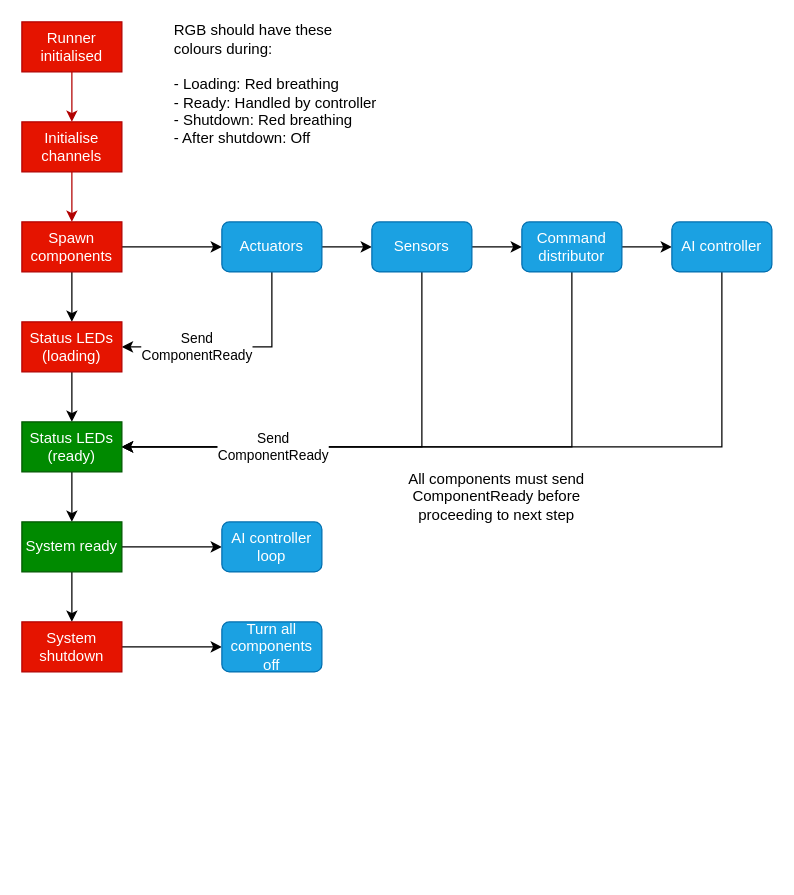
Earlier version of the draw.io diagram page "Runner Loop" (3 of 3) of docs/diagrams/Pi Bot.drawio (javidahmed64592/pi-bot). Source tidied: cells renumbered, new cells numbered last; positions are measured from the earlier drawing's top-left corner, leaving out a move shared by most shapes. Both pictures are drawn from the tidied source at 125%, with x=0, y=0 at pixel (21, 21).
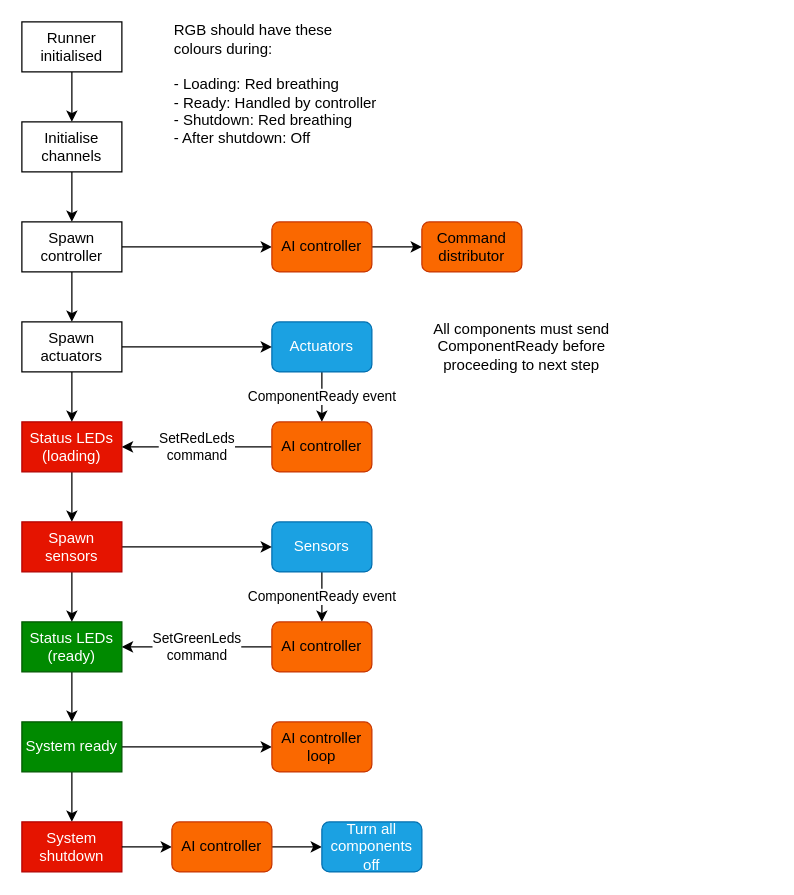
The same diagram, later.

Commit message (it also covers changes not shown here):
Enhance documentation and diagrams for Pi Bot's state model

Change to the diagram source:
```diff
@@
-    <mxCell id="2" style="edgeStyle=orthogonalEdgeStyle;rounded=0;jettySize=auto;html=1;entryX=0.5;entryY=0;entryDx=0;entryDy=0;fillColor=#e51400;strokeColor=#B20000;" parent="1" edge="1" source="3" target="5">
+    <mxCell id="2" style="edgeStyle=orthogonalEdgeStyle;rounded=0;jettySize=auto;html=1;entryX=0.5;entryY=0;entryDx=0;entryDy=0;" parent="1" edge="1" source="3" target="5">
       <mxGeometry relative="1" as="geometry" />
     </mxCell>
-    <mxCell id="3" value="Runner initialised" style="rounded=0;whiteSpace=wrap;html=1;fillColor=#e51400;fontColor=#ffffff;strokeColor=#B20000;" parent="1" vertex="1">
+    <mxCell id="3" value="Runner initialised" style="rounded=0;whiteSpace=wrap;html=1;" parent="1" vertex="1">
       <mxGeometry width="80" height="40" as="geometry" />
     </mxCell>
-    <mxCell id="4" style="edgeStyle=orthogonalEdgeStyle;rounded=0;jettySize=auto;html=1;entryX=0.5;entryY=0;entryDx=0;entryDy=0;fillColor=#e51400;strokeColor=#B20000;" parent="1" edge="1" source="5" target="8">
+    <mxCell id="4" style="edgeStyle=orthogonalEdgeStyle;rounded=0;jettySize=auto;html=1;entryX=0.5;entryY=0;entryDx=0;entryDy=0;" parent="1" edge="1" source="5" target="8">
       <mxGeometry relative="1" as="geometry" />
     </mxCell>
-    <mxCell id="5" value="Initialise channels" style="rounded=0;whiteSpace=wrap;html=1;fillColor=#e51400;fontColor=#ffffff;strokeColor=#B20000;" parent="1" vertex="1">
+    <mxCell id="5" value="Initialise channels" style="rounded=0;whiteSpace=wrap;html=1;" parent="1" vertex="1">
       <mxGeometry y="80" width="80" height="40" as="geometry" />
     </mxCell>
-    <mxCell id="6" style="edgeStyle=orthogonalEdgeStyle;rounded=0;jettySize=auto;html=1;entryX=0.5;entryY=0;entryDx=0;entryDy=0;" parent="1" edge="1" source="8" target="21">
-      <mxGeometry relative="1" as="geometry" />
-    </mxCell>
-    <mxCell id="7" style="edgeStyle=orthogonalEdgeStyle;rounded=0;jettySize=auto;html=1;entryX=0;entryY=0.5;entryDx=0;entryDy=0;" parent="1" edge="1" source="8" target="11">
-      <mxGeometry relative="1" as="geometry" />
-    </mxCell>
+    <mxCell id="33" style="edgeStyle=orthogonalEdgeStyle;rounded=0;jettySize=auto;html=1;exitX=1;exitY=0.5;exitDx=0;exitDy=0;entryX=0;entryY=0.5;entryDx=0;entryDy=0;" parent="1" edge="1" source="8" target="19">
+      <mxGeometry relative="1" as="geometry" />
+    </mxCell>
+    <mxCell id="34" style="edgeStyle=orthogonalEdgeStyle;rounded=0;jettySize=auto;html=1;entryX=0.5;entryY=0;entryDx=0;entryDy=0;" parent="1" edge="1" source="8" target="41">
+      <mxGeometry relative="1" as="geometry" />
+    </mxCell>
-    <mxCell id="8" value="Spawn components" style="rounded=0;whiteSpace=wrap;html=1;fillColor=#e51400;fontColor=#ffffff;strokeColor=#B20000;" parent="1" vertex="1">
+    <mxCell id="8" value="Spawn controller" style="rounded=0;whiteSpace=wrap;html=1;" parent="1" vertex="1">
       <mxGeometry y="160" width="80" height="40" as="geometry" />
     </mxCell>
-    <mxCell id="9" value="Send&lt;div&gt;ComponentReady&lt;/div&gt;" style="edgeStyle=orthogonalEdgeStyle;rounded=0;jettySize=auto;html=1;entryX=1;entryY=0.5;entryDx=0;entryDy=0;exitX=0.5;exitY=1;exitDx=0;exitDy=0;" parent="1" edge="1" source="11" target="21">
-      <mxGeometry x="0.33" relative="1" as="geometry" />
-    </mxCell>
-    <mxCell id="10" style="edgeStyle=orthogonalEdgeStyle;rounded=0;jettySize=auto;html=1;exitX=1;exitY=0.5;exitDx=0;exitDy=0;entryX=0;entryY=0.5;entryDx=0;entryDy=0;" parent="1" edge="1" source="11" target="14">
-      <mxGeometry relative="1" as="geometry" />
-    </mxCell>
+    <mxCell id="35" value="ComponentReady event" style="edgeStyle=orthogonalEdgeStyle;rounded=0;jettySize=auto;html=1;entryX=0.5;entryY=0;entryDx=0;entryDy=0;" parent="1" edge="1" source="11" target="43">
+      <mxGeometry relative="1" as="geometry" />
+    </mxCell>
     <mxCell id="11" value="Actuators" style="rounded=1;whiteSpace=wrap;html=1;fillColor=#1ba1e2;fontColor=#ffffff;strokeColor=#006EAF;" parent="1" vertex="1">
-      <mxGeometry x="160" y="160" width="80" height="40" as="geometry" />
+      <mxGeometry x="200" y="240" width="80" height="40" as="geometry" />
     </mxCell>
-    <mxCell id="12" style="edgeStyle=orthogonalEdgeStyle;rounded=0;jettySize=auto;html=1;exitX=0.5;exitY=1;exitDx=0;exitDy=0;entryX=1;entryY=0.5;entryDx=0;entryDy=0;" parent="1" edge="1" source="14" target="23">
-      <mxGeometry relative="1" as="geometry" />
-    </mxCell>
-    <mxCell id="13" style="edgeStyle=orthogonalEdgeStyle;rounded=0;jettySize=auto;html=1;exitX=1;exitY=0.5;exitDx=0;exitDy=0;entryX=0;entryY=0.5;entryDx=0;entryDy=0;" parent="1" edge="1" source="14" target="17">
-      <mxGeometry relative="1" as="geometry" />
-    </mxCell>
+    <mxCell id="36" value="ComponentReady event" style="edgeStyle=orthogonalEdgeStyle;rounded=0;jettySize=auto;html=1;entryX=0.5;entryY=0;entryDx=0;entryDy=0;" parent="1" edge="1" source="14" target="48">
+      <mxGeometry relative="1" as="geometry" />
+    </mxCell>
     <mxCell id="14" value="Sensors" style="rounded=1;whiteSpace=wrap;html=1;fillColor=#1ba1e2;fontColor=#ffffff;strokeColor=#006EAF;" parent="1" vertex="1">
-      <mxGeometry x="280" y="160" width="80" height="40" as="geometry" />
+      <mxGeometry x="200" y="400" width="80" height="40" as="geometry" />
     </mxCell>
-    <mxCell id="15" style="edgeStyle=orthogonalEdgeStyle;rounded=0;jettySize=auto;html=1;exitX=0.5;exitY=1;exitDx=0;exitDy=0;entryX=1;entryY=0.5;entryDx=0;entryDy=0;" parent="1" edge="1" source="17" target="23">
-      <mxGeometry relative="1" as="geometry" />
-    </mxCell>
-    <mxCell id="16" style="edgeStyle=orthogonalEdgeStyle;rounded=0;jettySize=auto;html=1;exitX=1;exitY=0.5;exitDx=0;exitDy=0;entryX=0;entryY=0.5;entryDx=0;entryDy=0;" parent="1" edge="1" source="17" target="19">
-      <mxGeometry relative="1" as="geometry" />
-    </mxCell>
-    <mxCell id="17" value="Command distributor" style="rounded=1;whiteSpace=wrap;html=1;fillColor=#1ba1e2;fontColor=#ffffff;strokeColor=#006EAF;" parent="1" vertex="1">
-      <mxGeometry x="400" y="160" width="80" height="40" as="geometry" />
-    </mxCell>
-    <mxCell id="18" value="Send&lt;div&gt;ComponentReady&lt;/div&gt;" style="edgeStyle=orthogonalEdgeStyle;rounded=0;jettySize=auto;html=1;exitX=0.5;exitY=1;exitDx=0;exitDy=0;" parent="1" edge="1" source="19">
-      <mxGeometry x="0.61" relative="1" as="geometry">
-        <mxPoint x="80" y="340" as="targetPoint" />
-        <Array as="points">
-          <mxPoint x="560" y="340" />
-        </Array>
-      </mxGeometry>
-    </mxCell>
+    <mxCell id="37" style="edgeStyle=orthogonalEdgeStyle;rounded=0;jettySize=auto;html=1;exitX=1;exitY=0.5;exitDx=0;exitDy=0;entryX=0;entryY=0.5;entryDx=0;entryDy=0;" parent="1" edge="1" source="19" target="17">
+      <mxGeometry relative="1" as="geometry" />
+    </mxCell>
-    <mxCell id="19" value="AI controller" style="rounded=1;whiteSpace=wrap;html=1;fillColor=#1ba1e2;fontColor=#ffffff;strokeColor=#006EAF;" parent="1" vertex="1">
-      <mxGeometry x="520" y="160" width="80" height="40" as="geometry" />
+    <mxCell id="19" value="AI controller" style="rounded=1;whiteSpace=wrap;html=1;fillColor=#fa6800;fontColor=#000000;strokeColor=#C73500;" parent="1" vertex="1">
+      <mxGeometry x="200" y="160" width="80" height="40" as="geometry" />
     </mxCell>
-    <mxCell id="20" style="edgeStyle=orthogonalEdgeStyle;rounded=0;jettySize=auto;html=1;entryX=0.5;entryY=0;entryDx=0;entryDy=0;" parent="1" edge="1" source="21" target="23">
-      <mxGeometry relative="1" as="geometry" />
-    </mxCell>
+    <mxCell id="38" style="edgeStyle=orthogonalEdgeStyle;rounded=0;jettySize=auto;html=1;entryX=0.5;entryY=0;entryDx=0;entryDy=0;" parent="1" edge="1" source="21" target="46">
+      <mxGeometry relative="1" as="geometry" />
+    </mxCell>
     <mxCell id="21" value="Status LEDs (loading)" style="rounded=0;whiteSpace=wrap;html=1;fillColor=#e51400;fontColor=#ffffff;strokeColor=#B20000;" parent="1" vertex="1">
-      <mxGeometry y="240" width="80" height="40" as="geometry" />
+      <mxGeometry y="320" width="80" height="40" as="geometry" />
     </mxCell>
@@
     <mxCell id="23" value="Status LEDs (ready)" style="rounded=0;whiteSpace=wrap;html=1;fillColor=#008a00;fontColor=#ffffff;strokeColor=#005700;" parent="1" vertex="1">
-      <mxGeometry y="320" width="80" height="40" as="geometry" />
+      <mxGeometry y="480" width="80" height="40" as="geometry" />
     </mxCell>
     <mxCell id="24" value="All components must send ComponentReady before proceeding to next step" style="text;html=1;whiteSpace=wrap;strokeColor=none;fillColor=none;align=center;verticalAlign=middle;rounded=0;" parent="1" vertex="1">
-      <mxGeometry x="300" y="360" width="160" height="40" as="geometry" />
+      <mxGeometry x="320" y="240" width="160" height="40" as="geometry" />
     </mxCell>
@@
     <mxCell id="27" value="System ready" style="rounded=0;whiteSpace=wrap;html=1;fillColor=#008a00;fontColor=#ffffff;strokeColor=#005700;" parent="1" vertex="1">
-      <mxGeometry y="400" width="80" height="40" as="geometry" />
+      <mxGeometry y="560" width="80" height="40" as="geometry" />
     </mxCell>
-    <mxCell id="28" style="edgeStyle=orthogonalEdgeStyle;rounded=0;jettySize=auto;html=1;entryX=0;entryY=0.5;entryDx=0;entryDy=0;" parent="1" edge="1" source="29" target="30">
+    <mxCell id="28" style="edgeStyle=orthogonalEdgeStyle;rounded=0;jettySize=auto;html=1;entryX=0;entryY=0.5;entryDx=0;entryDy=0;" parent="1" edge="1" source="50" target="30">
       <mxGeometry relative="1" as="geometry" />
     </mxCell>
     <mxCell id="29" value="System shutdown" style="rounded=0;whiteSpace=wrap;html=1;fillColor=#e51400;fontColor=#ffffff;strokeColor=#B20000;" parent="1" vertex="1">
-      <mxGeometry y="480" width="80" height="40" as="geometry" />
+      <mxGeometry y="640" width="80" height="40" as="geometry" />
     </mxCell>
     <mxCell id="30" value="Turn all components off" style="rounded=1;whiteSpace=wrap;html=1;fillColor=#1ba1e2;fontColor=#ffffff;strokeColor=#006EAF;" parent="1" vertex="1">
-      <mxGeometry x="160" y="480" width="80" height="40" as="geometry" />
+      <mxGeometry x="240" y="640" width="80" height="40" as="geometry" />
     </mxCell>
-    <mxCell id="31" value="AI controller loop" style="rounded=1;whiteSpace=wrap;html=1;fillColor=#1ba1e2;fontColor=#ffffff;strokeColor=#006EAF;" parent="1" vertex="1">
-      <mxGeometry x="160" y="400" width="80" height="40" as="geometry" />
+    <mxCell id="31" value="AI controller loop" style="rounded=1;whiteSpace=wrap;html=1;fillColor=#fa6800;fontColor=#000000;strokeColor=#C73500;" parent="1" vertex="1">
+      <mxGeometry x="200" y="560" width="80" height="40" as="geometry" />
     </mxCell>
@@
+    <mxCell id="17" value="Command distributor" style="rounded=1;whiteSpace=wrap;html=1;fillColor=#fa6800;fontColor=#000000;strokeColor=#C73500;" parent="1" vertex="1">
+      <mxGeometry x="320" y="160" width="80" height="40" as="geometry" />
+    </mxCell>
+    <mxCell id="39" style="edgeStyle=orthogonalEdgeStyle;rounded=0;jettySize=auto;html=1;exitX=1;exitY=0.5;exitDx=0;exitDy=0;entryX=0;entryY=0.5;entryDx=0;entryDy=0;" parent="1" edge="1" source="41" target="11">
+      <mxGeometry relative="1" as="geometry" />
+    </mxCell>
+    <mxCell id="40" style="edgeStyle=orthogonalEdgeStyle;rounded=0;jettySize=auto;html=1;entryX=0.5;entryY=0;entryDx=0;entryDy=0;" parent="1" edge="1" source="41" target="21">
+      <mxGeometry relative="1" as="geometry" />
+    </mxCell>
+    <mxCell id="41" value="Spawn actuators" style="rounded=0;whiteSpace=wrap;html=1;" parent="1" vertex="1">
+      <mxGeometry y="240" width="80" height="40" as="geometry" />
+    </mxCell>
+    <mxCell id="42" value="SetRedLeds&lt;div&gt;command&lt;/div&gt;" style="edgeStyle=orthogonalEdgeStyle;rounded=0;jettySize=auto;html=1;entryX=1;entryY=0.5;entryDx=0;entryDy=0;" parent="1" edge="1" source="43" target="21">
+      <mxGeometry relative="1" as="geometry" />
+    </mxCell>
+    <mxCell id="43" value="AI controller" style="rounded=1;whiteSpace=wrap;html=1;fillColor=#fa6800;fontColor=#000000;strokeColor=#C73500;" parent="1" vertex="1">
+      <mxGeometry x="200" y="320" width="80" height="40" as="geometry" />
+    </mxCell>
+    <mxCell id="44" style="edgeStyle=orthogonalEdgeStyle;rounded=0;jettySize=auto;html=1;entryX=0;entryY=0.5;entryDx=0;entryDy=0;" parent="1" edge="1" source="46" target="14">
+      <mxGeometry relative="1" as="geometry" />
+    </mxCell>
+    <mxCell id="45" style="edgeStyle=orthogonalEdgeStyle;rounded=0;jettySize=auto;html=1;entryX=0.5;entryY=0;entryDx=0;entryDy=0;" parent="1" edge="1" source="46" target="23">
+      <mxGeometry relative="1" as="geometry" />
+    </mxCell>
+    <mxCell id="46" value="Spawn sensors" style="rounded=0;whiteSpace=wrap;html=1;fillColor=#e51400;fontColor=#ffffff;strokeColor=#B20000;" parent="1" vertex="1">
+      <mxGeometry y="400" width="80" height="40" as="geometry" />
+    </mxCell>
+    <mxCell id="47" value="SetGreenLeds&lt;div&gt;command&lt;/div&gt;" style="edgeStyle=orthogonalEdgeStyle;rounded=0;jettySize=auto;html=1;entryX=1;entryY=0.5;entryDx=0;entryDy=0;" parent="1" edge="1" source="48" target="23">
+      <mxGeometry relative="1" as="geometry" />
+    </mxCell>
+    <mxCell id="48" value="AI controller" style="rounded=1;whiteSpace=wrap;html=1;fillColor=#fa6800;fontColor=#000000;strokeColor=#C73500;" parent="1" vertex="1">
+      <mxGeometry x="200" y="480" width="80" height="40" as="geometry" />
+    </mxCell>
+    <mxCell id="49" style="edgeStyle=orthogonalEdgeStyle;rounded=0;jettySize=auto;html=1;entryX=0;entryY=0.5;entryDx=0;entryDy=0;" parent="1" edge="1" source="29" target="50">
+      <mxGeometry relative="1" as="geometry" />
+    </mxCell>
+    <mxCell id="50" value="AI controller" style="rounded=1;whiteSpace=wrap;html=1;fillColor=#fa6800;fontColor=#000000;strokeColor=#C73500;" parent="1" vertex="1">
+      <mxGeometry x="120" y="640" width="80" height="40" as="geometry" />
+    </mxCell>
```
